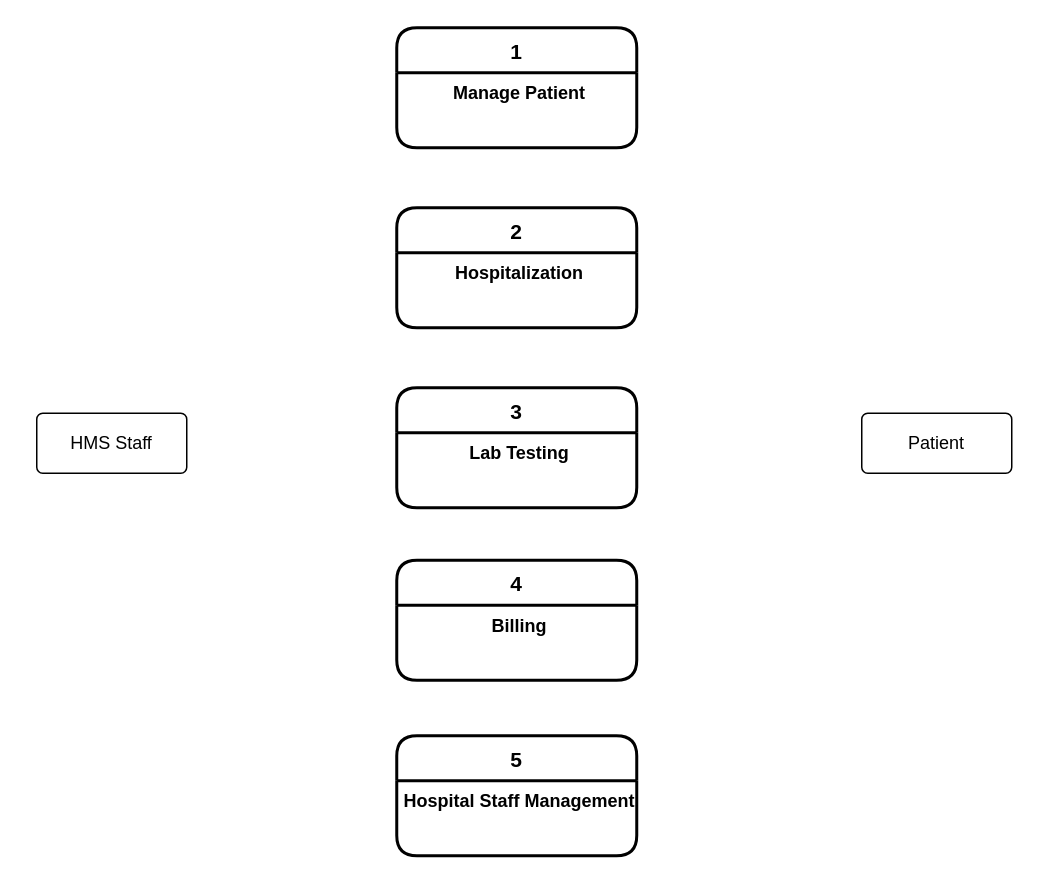
Before: page "Flow diagram" (4 of 7) of HMS.drawio in ysebega/ysebega, a draw.io diagram. Source tidied: cells renumbered, new cells numbered last; positions are measured from the earlier drawing's top-left corner, leaving out a move shared by most shapes. Both pictures are drawn from the tidied source at 150%, with x=0, y=0 at pixel (36, 27).
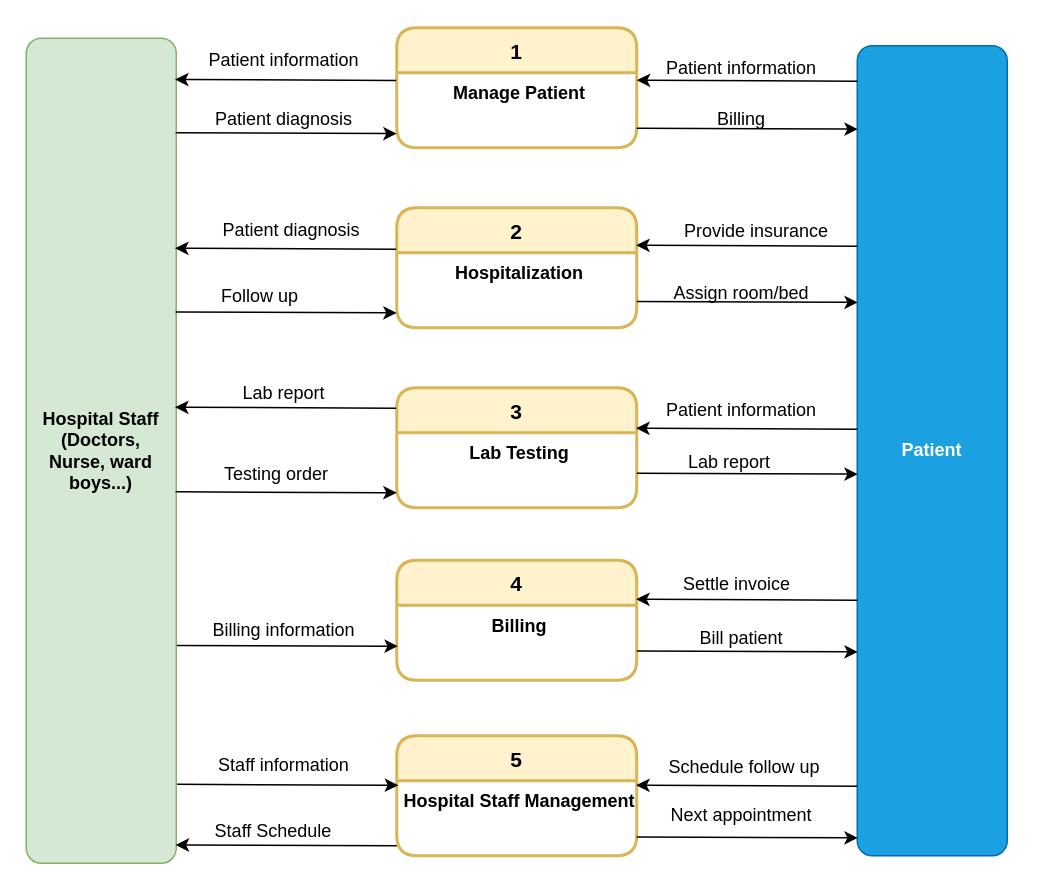
The same page after the edit.

What changed in the source:
```diff
@@
-    <mxCell id="2" value="1" style="swimlane;horizontal=1;startSize=30;rounded=1;fontSize=14;fontStyle=1;strokeWidth=2;shadow=0;dashed=0;align=center;" parent="1" vertex="1">
+    <mxCell id="2" value="1" style="swimlane;horizontal=1;startSize=30;rounded=1;fontSize=14;fontStyle=1;strokeWidth=2;shadow=0;dashed=0;align=center;fillColor=#fff2cc;strokeColor=#d6b656;" parent="1" vertex="1">
       <mxGeometry x="240" width="160" height="80" as="geometry" />
     </mxCell>
@@
-    <mxCell id="4" value="2" style="swimlane;horizontal=1;startSize=30;rounded=1;fontSize=14;fontStyle=1;strokeWidth=2;shadow=0;dashed=0;align=center;" parent="1" vertex="1">
+    <mxCell id="4" value="2" style="swimlane;horizontal=1;startSize=30;rounded=1;fontSize=14;fontStyle=1;strokeWidth=2;shadow=0;dashed=0;align=center;fillColor=#fff2cc;strokeColor=#d6b656;" parent="1" vertex="1">
       <mxGeometry x="240" y="120" width="160" height="80" as="geometry" />
     </mxCell>
@@
-    <mxCell id="6" value="3" style="swimlane;horizontal=1;startSize=30;rounded=1;fontSize=14;fontStyle=1;strokeWidth=2;shadow=0;dashed=0;align=center;" parent="1" vertex="1">
+    <mxCell id="6" value="3" style="swimlane;horizontal=1;startSize=30;rounded=1;fontSize=14;fontStyle=1;strokeWidth=2;shadow=0;dashed=0;align=center;fillColor=#fff2cc;strokeColor=#d6b656;" parent="1" vertex="1">
       <mxGeometry x="240" y="240" width="160" height="80" as="geometry" />
     </mxCell>
@@
-    <mxCell id="8" value="5" style="swimlane;horizontal=1;startSize=30;rounded=1;fontSize=14;fontStyle=1;strokeWidth=2;shadow=0;dashed=0;align=center;" parent="1" vertex="1">
+    <mxCell id="8" value="5" style="swimlane;horizontal=1;startSize=30;rounded=1;fontSize=14;fontStyle=1;strokeWidth=2;shadow=0;dashed=0;align=center;fillColor=#fff2cc;strokeColor=#d6b656;" parent="1" vertex="1">
       <mxGeometry x="240" y="472" width="160" height="80" as="geometry" />
     </mxCell>
@@
-    <mxCell id="10" value="Patient" style="rounded=1;arcSize=10;whiteSpace=wrap;html=1;align=center;" parent="1" vertex="1">
-      <mxGeometry x="550" y="257" width="100" height="40" as="geometry" />
+    <mxCell id="10" value="&lt;b&gt;Patient&lt;/b&gt;" style="rounded=1;arcSize=10;whiteSpace=wrap;html=1;align=center;fillColor=#1ba1e2;fontColor=#ffffff;strokeColor=#006EAF;" parent="1" vertex="1">
+      <mxGeometry x="547" y="12" width="100" height="540" as="geometry" />
     </mxCell>
-    <mxCell id="11" value="HMS Staff" style="rounded=1;arcSize=10;whiteSpace=wrap;html=1;align=center;" parent="1" vertex="1">
-      <mxGeometry y="257" width="100" height="40" as="geometry" />
+    <mxCell id="11" value="&lt;b&gt;Hospital Staff&lt;br&gt;(Doctors, &lt;br&gt;Nurse, ward boys...)&lt;br&gt;&lt;/b&gt;" style="rounded=1;arcSize=10;whiteSpace=wrap;html=1;align=center;fillColor=#d5e8d4;strokeColor=#82b366;" parent="1" vertex="1">
+      <mxGeometry x="-7" y="7" width="100" height="550" as="geometry" />
     </mxCell>
-    <mxCell id="12" value="4" style="swimlane;horizontal=1;startSize=30;rounded=1;fontSize=14;fontStyle=1;strokeWidth=2;shadow=0;dashed=0;align=center;" parent="1" vertex="1">
+    <mxCell id="12" value="4" style="swimlane;horizontal=1;startSize=30;rounded=1;fontSize=14;fontStyle=1;strokeWidth=2;shadow=0;dashed=0;align=center;fillColor=#fff2cc;strokeColor=#d6b656;" parent="1" vertex="1">
       <mxGeometry x="240" y="355" width="160" height="80" as="geometry" />
     </mxCell>
@@
+    <mxCell id="14" style="endArrow=classic;html=1;rounded=0;exitX=0.996;exitY=0.068;exitDx=0;exitDy=0;exitPerimeter=0;" parent="1" edge="1">
+      <mxGeometry relative="1" as="geometry">
+        <mxPoint x="92.6" y="309.4" as="sourcePoint" />
+        <mxPoint x="240" y="310" as="targetPoint" />
+      </mxGeometry>
+    </mxCell>
+    <mxCell id="15" style="endArrow=classic;html=1;rounded=0;exitX=0.996;exitY=0.068;exitDx=0;exitDy=0;exitPerimeter=0;" parent="1" edge="1">
+      <mxGeometry relative="1" as="geometry">
+        <mxPoint x="93.6" y="504.4" as="sourcePoint" />
+        <mxPoint x="241" y="505" as="targetPoint" />
+      </mxGeometry>
+    </mxCell>
+    <mxCell id="16" style="endArrow=classic;html=1;rounded=0;exitX=0.996;exitY=0.068;exitDx=0;exitDy=0;exitPerimeter=0;" parent="1" edge="1">
+      <mxGeometry relative="1" as="geometry">
+        <mxPoint x="400" y="415.5" as="sourcePoint" />
+        <mxPoint x="547.4" y="416.1" as="targetPoint" />
+      </mxGeometry>
+    </mxCell>
+    <mxCell id="17" style="endArrow=classic;html=1;rounded=0;exitX=0.996;exitY=0.068;exitDx=0;exitDy=0;exitPerimeter=0;" parent="1" edge="1">
+      <mxGeometry relative="1" as="geometry">
+        <mxPoint x="400" y="297" as="sourcePoint" />
+        <mxPoint x="547.4" y="297.6" as="targetPoint" />
+      </mxGeometry>
+    </mxCell>
+    <mxCell id="18" style="endArrow=classic;html=1;rounded=0;exitX=0.996;exitY=0.068;exitDx=0;exitDy=0;exitPerimeter=0;" parent="1" edge="1">
+      <mxGeometry relative="1" as="geometry">
+        <mxPoint x="400" y="182.5" as="sourcePoint" />
+        <mxPoint x="547.4" y="183.1" as="targetPoint" />
+      </mxGeometry>
+    </mxCell>
+    <mxCell id="19" style="endArrow=classic;html=1;rounded=0;exitX=0.996;exitY=0.068;exitDx=0;exitDy=0;exitPerimeter=0;" parent="1" edge="1">
+      <mxGeometry relative="1" as="geometry">
+        <mxPoint x="400" y="67" as="sourcePoint" />
+        <mxPoint x="547.4" y="67.6" as="targetPoint" />
+      </mxGeometry>
+    </mxCell>
+    <mxCell id="20" style="endArrow=classic;html=1;rounded=0;exitX=0.996;exitY=0.068;exitDx=0;exitDy=0;exitPerimeter=0;" parent="1" edge="1">
+      <mxGeometry relative="1" as="geometry">
+        <mxPoint x="547.4" y="35.6" as="sourcePoint" />
+        <mxPoint x="400" y="35" as="targetPoint" />
+      </mxGeometry>
+    </mxCell>
+    <mxCell id="21" style="endArrow=classic;html=1;rounded=0;exitX=0.996;exitY=0.068;exitDx=0;exitDy=0;exitPerimeter=0;" parent="1" edge="1">
+      <mxGeometry relative="1" as="geometry">
+        <mxPoint x="547" y="145.6" as="sourcePoint" />
+        <mxPoint x="399.6" y="145" as="targetPoint" />
+      </mxGeometry>
+    </mxCell>
+    <mxCell id="22" style="endArrow=classic;html=1;rounded=0;exitX=0.996;exitY=0.068;exitDx=0;exitDy=0;exitPerimeter=0;" parent="1" edge="1">
+      <mxGeometry relative="1" as="geometry">
+        <mxPoint x="547" y="267.6" as="sourcePoint" />
+        <mxPoint x="399.6" y="267" as="targetPoint" />
+      </mxGeometry>
+    </mxCell>
+    <mxCell id="23" style="endArrow=classic;html=1;rounded=0;exitX=0.996;exitY=0.068;exitDx=0;exitDy=0;exitPerimeter=0;" parent="1" edge="1">
+      <mxGeometry relative="1" as="geometry">
+        <mxPoint x="547" y="381.6" as="sourcePoint" />
+        <mxPoint x="399.6" y="381" as="targetPoint" />
+      </mxGeometry>
+    </mxCell>
+    <mxCell id="24" style="endArrow=classic;html=1;rounded=0;exitX=0.996;exitY=0.068;exitDx=0;exitDy=0;exitPerimeter=0;" parent="1" edge="1">
+      <mxGeometry relative="1" as="geometry">
+        <mxPoint x="400" y="539.5" as="sourcePoint" />
+        <mxPoint x="547.4" y="540.1" as="targetPoint" />
+      </mxGeometry>
+    </mxCell>
+    <mxCell id="25" style="endArrow=classic;html=1;rounded=0;exitX=0.996;exitY=0.068;exitDx=0;exitDy=0;exitPerimeter=0;" parent="1" edge="1">
+      <mxGeometry relative="1" as="geometry">
+        <mxPoint x="547" y="505.6" as="sourcePoint" />
+        <mxPoint x="399.6" y="505" as="targetPoint" />
+      </mxGeometry>
+    </mxCell>
+    <mxCell id="26" style="endArrow=classic;html=1;rounded=0;exitX=0.996;exitY=0.068;exitDx=0;exitDy=0;exitPerimeter=0;" parent="1" edge="1">
+      <mxGeometry relative="1" as="geometry">
+        <mxPoint x="239.6" y="253.6" as="sourcePoint" />
+        <mxPoint x="92.2" y="253" as="targetPoint" />
+      </mxGeometry>
+    </mxCell>
+    <mxCell id="27" style="endArrow=classic;html=1;rounded=0;exitX=0.996;exitY=0.068;exitDx=0;exitDy=0;exitPerimeter=0;" parent="1" edge="1">
+      <mxGeometry relative="1" as="geometry">
+        <mxPoint x="92.6" y="189.5" as="sourcePoint" />
+        <mxPoint x="240" y="190.1" as="targetPoint" />
+      </mxGeometry>
+    </mxCell>
+    <mxCell id="28" style="endArrow=classic;html=1;rounded=0;exitX=0.996;exitY=0.068;exitDx=0;exitDy=0;exitPerimeter=0;" parent="1" edge="1">
+      <mxGeometry relative="1" as="geometry">
+        <mxPoint x="239.6" y="147.6" as="sourcePoint" />
+        <mxPoint x="92.2" y="147" as="targetPoint" />
+      </mxGeometry>
+    </mxCell>
+    <mxCell id="29" style="endArrow=classic;html=1;rounded=0;exitX=0.996;exitY=0.068;exitDx=0;exitDy=0;exitPerimeter=0;" parent="1" edge="1">
+      <mxGeometry relative="1" as="geometry">
+        <mxPoint x="92.6" y="70" as="sourcePoint" />
+        <mxPoint x="240" y="70.6" as="targetPoint" />
+      </mxGeometry>
+    </mxCell>
+    <mxCell id="30" style="endArrow=classic;html=1;rounded=0;exitX=0.996;exitY=0.068;exitDx=0;exitDy=0;exitPerimeter=0;" parent="1" edge="1">
+      <mxGeometry relative="1" as="geometry">
+        <mxPoint x="239.6" y="35.1" as="sourcePoint" />
+        <mxPoint x="92.2" y="34.5" as="targetPoint" />
+      </mxGeometry>
+    </mxCell>
+    <mxCell id="31" style="endArrow=classic;html=1;rounded=0;exitX=0.996;exitY=0.068;exitDx=0;exitDy=0;exitPerimeter=0;" parent="1" edge="1">
+      <mxGeometry relative="1" as="geometry">
+        <mxPoint x="93.4" y="411.8" as="sourcePoint" />
+        <mxPoint x="240.8" y="412.3" as="targetPoint" />
+      </mxGeometry>
+    </mxCell>
+    <mxCell id="32" style="endArrow=classic;html=1;rounded=0;exitX=0.996;exitY=0.068;exitDx=0;exitDy=0;exitPerimeter=0;" parent="1" edge="1">
+      <mxGeometry relative="1" as="geometry">
+        <mxPoint x="240" y="545.3" as="sourcePoint" />
+        <mxPoint x="92.6" y="544.8" as="targetPoint" />
+      </mxGeometry>
+    </mxCell>
+    <mxCell id="33" value="Patient information" style="text;html=1;strokeColor=none;fillColor=none;align=center;verticalAlign=middle;whiteSpace=wrap;rounded=0;" parent="1" vertex="1">
+      <mxGeometry x="110" y="7" width="110" height="30" as="geometry" />
+    </mxCell>
+    <mxCell id="34" value="Patient diagnosis" style="text;html=1;strokeColor=none;fillColor=none;align=center;verticalAlign=middle;whiteSpace=wrap;rounded=0;" parent="1" vertex="1">
+      <mxGeometry x="110" y="46" width="110" height="30" as="geometry" />
+    </mxCell>
+    <mxCell id="35" value="Patient information" style="text;html=1;strokeColor=none;fillColor=none;align=center;verticalAlign=middle;whiteSpace=wrap;rounded=0;" parent="1" vertex="1">
+      <mxGeometry x="415" y="12" width="110" height="30" as="geometry" />
+    </mxCell>
+    <mxCell id="36" value="Billing" style="text;html=1;strokeColor=none;fillColor=none;align=center;verticalAlign=middle;whiteSpace=wrap;rounded=0;" parent="1" vertex="1">
+      <mxGeometry x="415" y="46" width="110" height="30" as="geometry" />
+    </mxCell>
+    <mxCell id="37" value="Assign room/bed" style="text;html=1;strokeColor=none;fillColor=none;align=center;verticalAlign=middle;whiteSpace=wrap;rounded=0;" parent="1" vertex="1">
+      <mxGeometry x="415" y="162" width="110" height="30" as="geometry" />
+    </mxCell>
+    <mxCell id="38" value="Staff Schedule" style="text;html=1;strokeColor=none;fillColor=none;align=center;verticalAlign=middle;whiteSpace=wrap;rounded=0;" parent="1" vertex="1">
+      <mxGeometry x="103" y="521" width="110" height="30" as="geometry" />
+    </mxCell>
+    <mxCell id="39" value="Staff information" style="text;html=1;strokeColor=none;fillColor=none;align=center;verticalAlign=middle;whiteSpace=wrap;rounded=0;" parent="1" vertex="1">
+      <mxGeometry x="110" y="477" width="110" height="30" as="geometry" />
+    </mxCell>
+    <mxCell id="40" value="Bill patient" style="text;html=1;strokeColor=none;fillColor=none;align=center;verticalAlign=middle;whiteSpace=wrap;rounded=0;" parent="1" vertex="1">
+      <mxGeometry x="415" y="392" width="110" height="30" as="geometry" />
+    </mxCell>
+    <mxCell id="41" value="Settle invoice" style="text;html=1;strokeColor=none;fillColor=none;align=center;verticalAlign=middle;whiteSpace=wrap;rounded=0;" parent="1" vertex="1">
+      <mxGeometry x="412" y="356" width="110" height="30" as="geometry" />
+    </mxCell>
+    <mxCell id="42" value="Lab report" style="text;html=1;strokeColor=none;fillColor=none;align=center;verticalAlign=middle;whiteSpace=wrap;rounded=0;" parent="1" vertex="1">
+      <mxGeometry x="407" y="275" width="110" height="30" as="geometry" />
+    </mxCell>
+    <mxCell id="43" value="Lab report" style="text;html=1;strokeColor=none;fillColor=none;align=center;verticalAlign=middle;whiteSpace=wrap;rounded=0;" parent="1" vertex="1">
+      <mxGeometry x="110" y="229" width="110" height="30" as="geometry" />
+    </mxCell>
+    <mxCell id="44" value="Testing order" style="text;html=1;strokeColor=none;fillColor=none;align=center;verticalAlign=middle;whiteSpace=wrap;rounded=0;" parent="1" vertex="1">
+      <mxGeometry x="105" y="283" width="110" height="30" as="geometry" />
+    </mxCell>
+    <mxCell id="45" value="Billing information" style="text;html=1;strokeColor=none;fillColor=none;align=center;verticalAlign=middle;whiteSpace=wrap;rounded=0;" parent="1" vertex="1">
+      <mxGeometry x="110" y="387" width="110" height="30" as="geometry" />
+    </mxCell>
+    <mxCell id="46" value="Patient information" style="text;html=1;strokeColor=none;fillColor=none;align=center;verticalAlign=middle;whiteSpace=wrap;rounded=0;" parent="1" vertex="1">
+      <mxGeometry x="415" y="240" width="110" height="30" as="geometry" />
+    </mxCell>
+    <mxCell id="47" value="Follow up" style="text;html=1;strokeColor=none;fillColor=none;align=center;verticalAlign=middle;whiteSpace=wrap;rounded=0;" parent="1" vertex="1">
+      <mxGeometry x="94" y="164" width="110" height="30" as="geometry" />
+    </mxCell>
+    <mxCell id="48" value="Patient diagnosis" style="text;html=1;strokeColor=none;fillColor=none;align=center;verticalAlign=middle;whiteSpace=wrap;rounded=0;" parent="1" vertex="1">
+      <mxGeometry x="115" y="120" width="110" height="30" as="geometry" />
+    </mxCell>
+    <mxCell id="49" value="Schedule follow up" style="text;html=1;strokeColor=none;fillColor=none;align=center;verticalAlign=middle;whiteSpace=wrap;rounded=0;" parent="1" vertex="1">
+      <mxGeometry x="417" y="478" width="110" height="30" as="geometry" />
+    </mxCell>
+    <mxCell id="50" value="Next appointment" style="text;html=1;strokeColor=none;fillColor=none;align=center;verticalAlign=middle;whiteSpace=wrap;rounded=0;" parent="1" vertex="1">
+      <mxGeometry x="415" y="510" width="110" height="30" as="geometry" />
+    </mxCell>
+    <mxCell id="51" value="Provide insurance" style="text;html=1;strokeColor=none;fillColor=none;align=center;verticalAlign=middle;whiteSpace=wrap;rounded=0;" parent="1" vertex="1">
+      <mxGeometry x="425" y="121" width="110" height="30" as="geometry" />
+    </mxCell>
```
